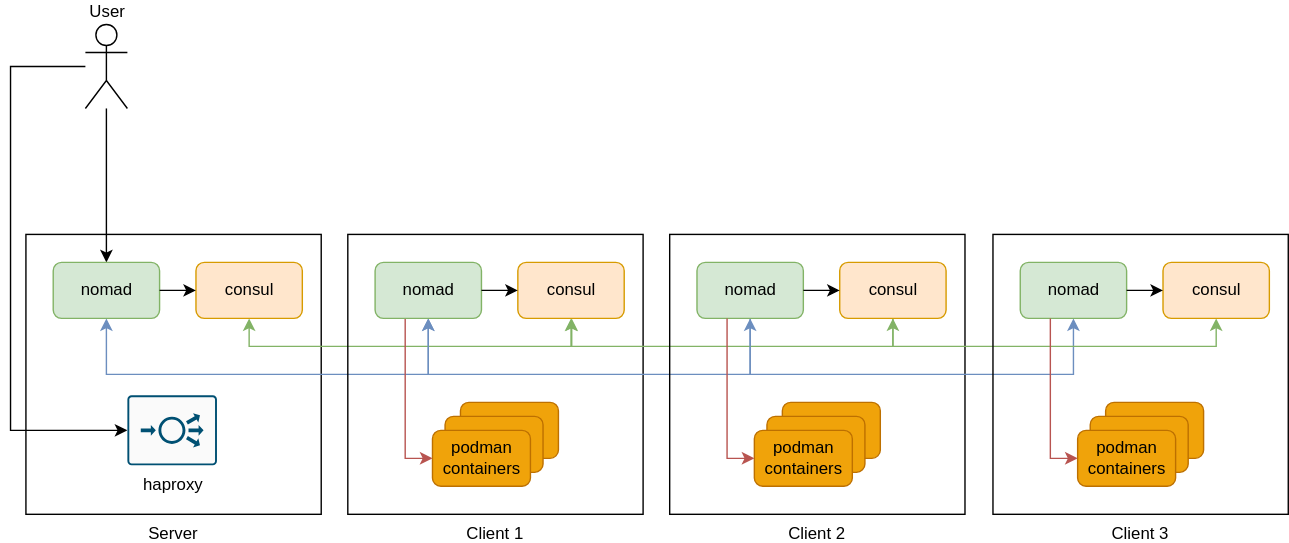
The draw.io diagram images/architecture.svg in tropicalwave/nomad-podman, before a commit. Source tidied: cells renumbered, new cells last; positions are measured from the earlier drawing's top-left corner, leaving out a move shared by most shapes.
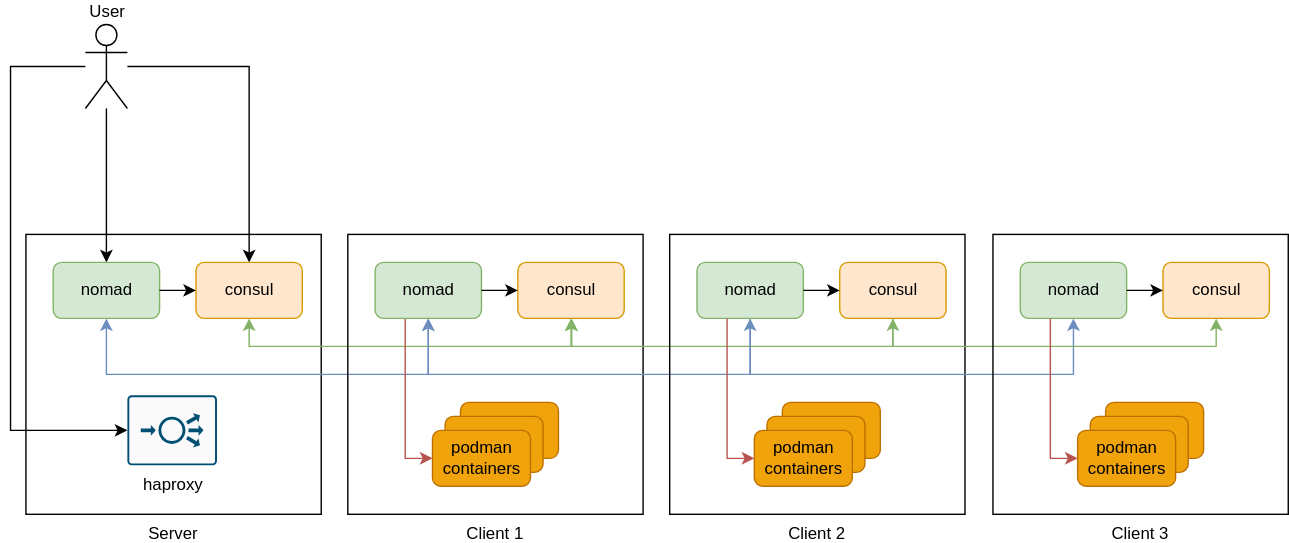
After the change.

Change to the diagram source:
```diff
@@ -13,6 +13,9 @@
         </Array>
       </mxGeometry>
     </mxCell>
+    <mxCell id="40" style="edgeStyle=orthogonalEdgeStyle;rounded=0;jettySize=auto;html=1;entryX=0.5;entryY=0;entryDx=0;entryDy=0;" parent="1" edge="1" source="4" target="9">
+      <mxGeometry relative="1" as="geometry" />
+    </mxCell>
     <mxCell id="4" value="&lt;div&gt;User&lt;/div&gt;" style="shape=umlActor;verticalLabelPosition=top;verticalAlign=bottom;html=1;outlineConnect=0;labelPosition=center;align=center;" parent="1" vertex="1">
       <mxGeometry x="53.5" width="30" height="60" as="geometry" />
     </mxCell>
```
